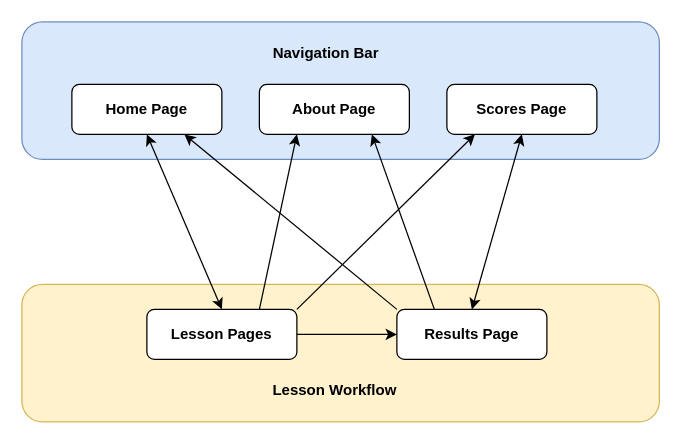
Above: doc/web_app_flowchart/web_app_flowchart.drawio in oislen/CzechTutor (draw.io), before the change. Source tidied: cells renumbered, new cells numbered last; positions are measured from the earlier drawing's top-left corner, leaving out a move shared by most shapes. Both pictures are drawn from the tidied source at 125%, with x=0, y=0 at pixel (21, 21).
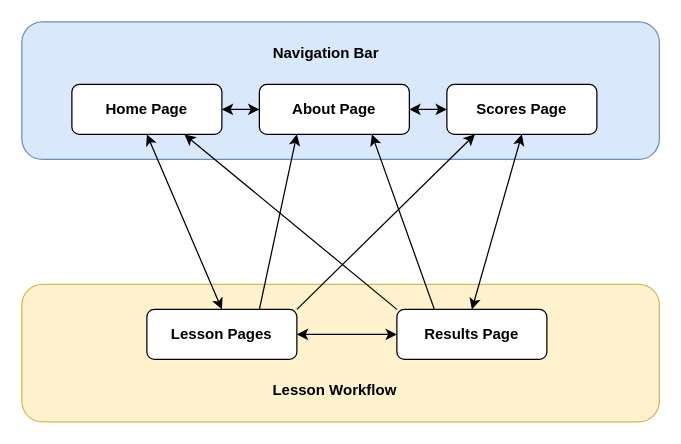
Above is the later version.

Commit message (it also covers changes not shown here):
Updated flowchart to show connection between lessons and results pages

What changed in the source:
```diff
@@
 <mxGraphModel>
   <root>
     <mxCell id="0" />
     <mxCell id="1" parent="0" />
     <mxCell id="2" style="rounded=1;whiteSpace=wrap;html=1;fillColor=#fff2cc;strokeColor=#d6b656;" parent="1" vertex="1">
       <mxGeometry y="210" width="510" height="110" as="geometry" />
     </mxCell>
     <mxCell id="3" style="rounded=1;whiteSpace=wrap;html=1;fillColor=#dae8fc;strokeColor=#6c8ebf;" parent="1" vertex="1">
       <mxGeometry width="510" height="110" as="geometry" />
     </mxCell>
     <mxCell id="4" value="&lt;b&gt;Home Page&lt;/b&gt;" style="rounded=1;whiteSpace=wrap;html=1;fontSize=12;glass=0;strokeWidth=1;shadow=0;" parent="1" vertex="1">
       <mxGeometry x="40" y="50" width="120" height="40" as="geometry" />
     </mxCell>
     <mxCell id="5" value="&lt;b&gt;About Page&lt;/b&gt;" style="rounded=1;whiteSpace=wrap;html=1;fontSize=12;glass=0;strokeWidth=1;shadow=0;" parent="1" vertex="1">
       <mxGeometry x="190" y="50" width="120" height="40" as="geometry" />
     </mxCell>
     <mxCell id="6" value="&lt;b&gt;Scores&amp;nbsp;&lt;span style=&quot;background-color: transparent; color: light-dark(rgb(0, 0, 0), rgb(255, 255, 255));&quot;&gt;Page&lt;/span&gt;&lt;/b&gt;" style="rounded=1;whiteSpace=wrap;html=1;fontSize=12;glass=0;strokeWidth=1;shadow=0;" parent="1" vertex="1">
       <mxGeometry x="340" y="50" width="120" height="40" as="geometry" />
     </mxCell>
     <mxCell id="7" value="&lt;b&gt;Navigation Bar&lt;/b&gt;" style="text;html=1;align=center;verticalAlign=middle;whiteSpace=wrap;rounded=0;" parent="1" vertex="1">
       <mxGeometry x="196" y="10" width="95" height="30" as="geometry" />
     </mxCell>
     <mxCell id="8" value="&lt;b&gt;Results Page&lt;/b&gt;" style="rounded=1;whiteSpace=wrap;html=1;fontSize=12;glass=0;strokeWidth=1;shadow=0;" parent="1" vertex="1">
       <mxGeometry x="300" y="230" width="120" height="40" as="geometry" />
     </mxCell>
     <mxCell id="9" value="&lt;b&gt;Lesson Pages&lt;/b&gt;" style="rounded=1;whiteSpace=wrap;html=1;fontSize=12;glass=0;strokeWidth=1;shadow=0;" parent="1" vertex="1">
       <mxGeometry x="100" y="230" width="120" height="40" as="geometry" />
     </mxCell>
     <mxCell id="10" style="endArrow=classic;html=1;rounded=0;entryX=0.5;entryY=1;entryDx=0;entryDy=0;exitX=0.5;exitY=0;exitDx=0;exitDy=0;startArrow=classic;startFill=1;" parent="1" edge="1" source="8" target="6">
       <mxGeometry relative="1" as="geometry" />
     </mxCell>
     <mxCell id="11" style="endArrow=classic;html=1;rounded=0;entryX=0.75;entryY=1;entryDx=0;entryDy=0;exitX=0.25;exitY=0;exitDx=0;exitDy=0;" parent="1" edge="1" source="8" target="5">
       <mxGeometry relative="1" as="geometry" />
     </mxCell>
     <mxCell id="12" style="endArrow=classic;html=1;rounded=0;entryX=0.75;entryY=1;entryDx=0;entryDy=0;exitX=0;exitY=0;exitDx=0;exitDy=0;" parent="1" edge="1" source="8" target="4">
       <mxGeometry relative="1" as="geometry" />
     </mxCell>
     <mxCell id="13" style="endArrow=classic;html=1;rounded=0;entryX=0.187;entryY=1;entryDx=0;entryDy=0;exitX=1;exitY=0;exitDx=0;exitDy=0;entryPerimeter=0;" parent="1" edge="1" source="9" target="6">
       <mxGeometry relative="1" as="geometry" />
     </mxCell>
     <mxCell id="14" style="endArrow=classic;html=1;rounded=0;exitX=0.75;exitY=0;exitDx=0;exitDy=0;entryX=0.25;entryY=1;entryDx=0;entryDy=0;" parent="1" edge="1" source="9" target="5">
       <mxGeometry relative="1" as="geometry" />
     </mxCell>
     <mxCell id="15" style="endArrow=classic;startArrow=classic;html=1;rounded=0;exitX=0.5;exitY=1;exitDx=0;exitDy=0;entryX=0.5;entryY=0;entryDx=0;entryDy=0;" parent="1" edge="1" source="4" target="9">
       <mxGeometry relative="1" as="geometry" />
     </mxCell>
     <mxCell id="16" value="&lt;b&gt;Lesson Workflow&lt;/b&gt;" style="text;html=1;align=center;verticalAlign=middle;strokeColor=none;fillColor=none;" parent="1" vertex="1">
       <mxGeometry x="190" y="280" width="120" height="30" as="geometry" />
     </mxCell>
-    <mxCell id="17" style="endArrow=classic;html=1;rounded=0;entryX=0;entryY=0.5;entryDx=0;entryDy=0;exitX=1;exitY=0.5;exitDx=0;exitDy=0;" parent="1" edge="1" source="9" target="8">
+    <mxCell id="17" style="endArrow=classic;html=1;rounded=0;entryX=0;entryY=0.5;entryDx=0;entryDy=0;exitX=1;exitY=0.5;exitDx=0;exitDy=0;startArrow=classic;startFill=1;" parent="1" edge="1" source="9" target="8">
       <mxGeometry relative="1" as="geometry" />
     </mxCell>
+    <mxCell id="18" style="endArrow=classic;startArrow=classic;html=1;rounded=0;exitX=1;exitY=0.5;exitDx=0;exitDy=0;entryX=0;entryY=0.5;entryDx=0;entryDy=0;" parent="1" edge="1" source="4" target="5">
+      <mxGeometry relative="1" as="geometry" />
+    </mxCell>
+    <mxCell id="19" style="endArrow=classic;startArrow=classic;html=1;rounded=0;entryX=0;entryY=0.5;entryDx=0;entryDy=0;exitX=1;exitY=0.5;exitDx=0;exitDy=0;" parent="1" edge="1" source="5" target="6">
+      <mxGeometry relative="1" as="geometry" />
+    </mxCell>
   </root>
 </mxGraphModel>
```
